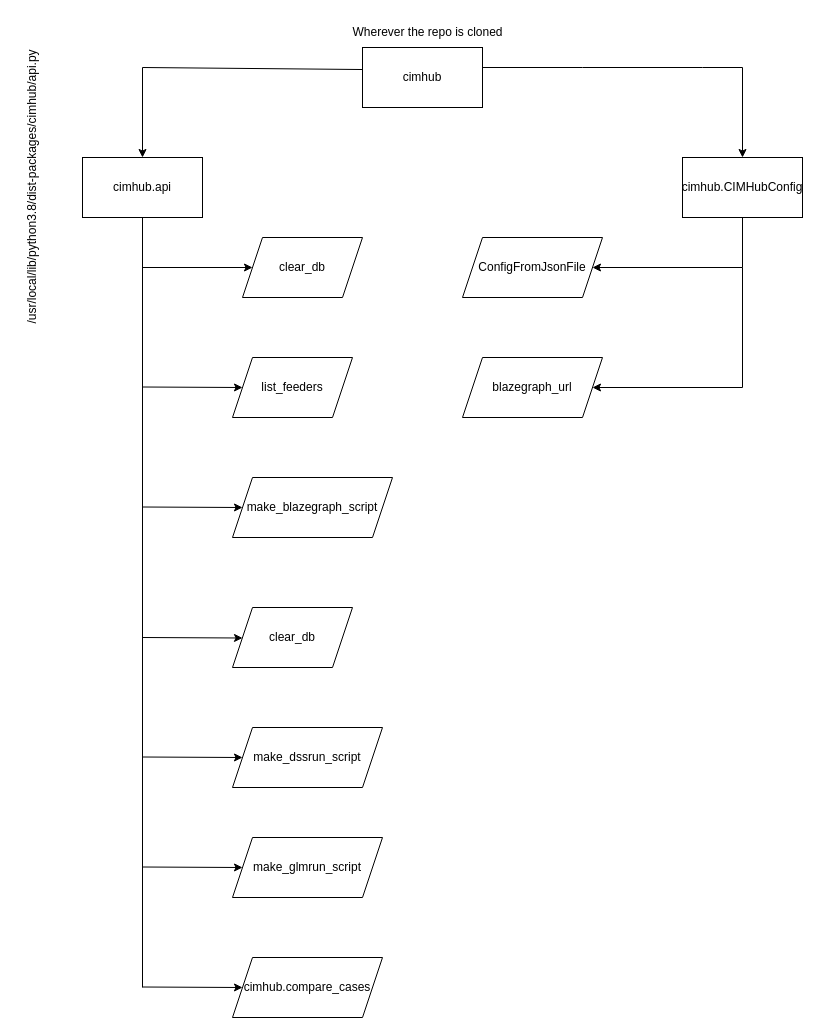
Before: cimhub_tree.drawio in MidrarAdham/draw_API, a draw.io diagram. Source tidied: cells renumbered, new cells numbered last; positions are measured from the earlier drawing's top-left corner, leaving out a move shared by most shapes. Both pictures are drawn from the tidied source at 100%, with x=0, y=0 at pixel (-118, 17).
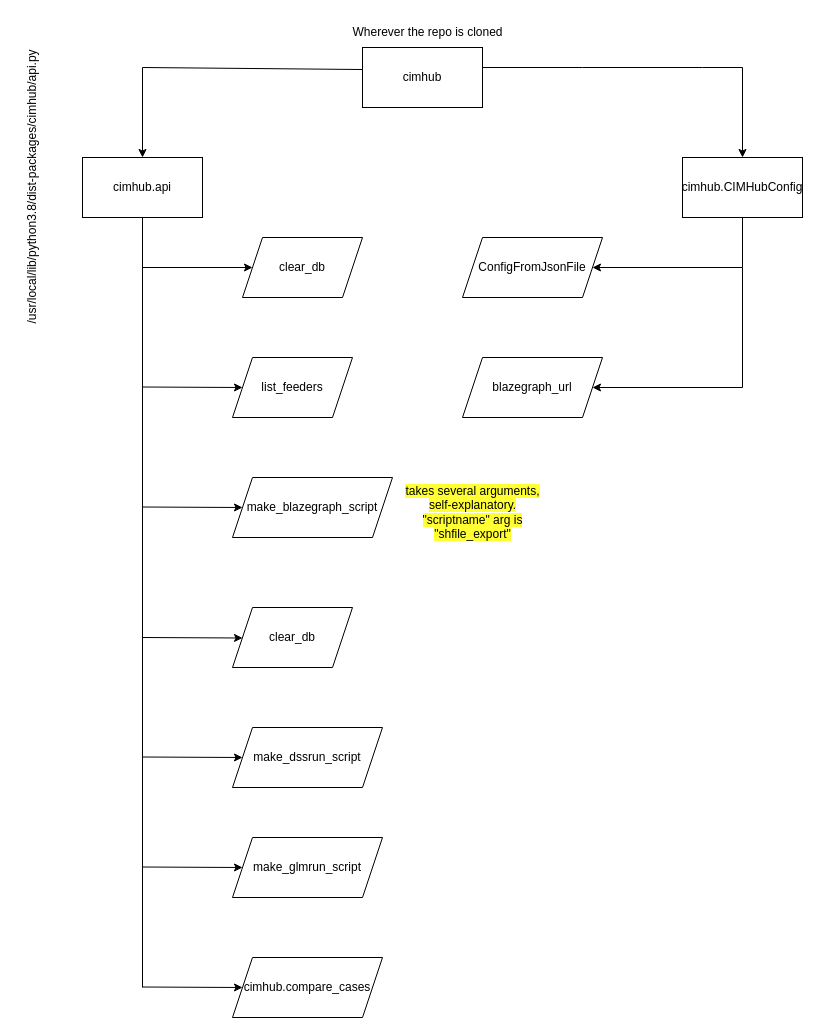
The same diagram, later.

Commit message:
updated cimhub tree

The edit, as a diff of the source:
```diff
@@
+    <mxCell id="28" value="&lt;span style=&quot;background-color: rgb(255, 255, 51);&quot;&gt;takes several arguments, &lt;br&gt;self-explanatory.&lt;br&gt; &quot;scriptname&quot; arg is&lt;br&gt; &quot;shfile_export&quot;&lt;/span&gt;" style="text;html=1;align=center;verticalAlign=middle;strokeColor=none;fillColor=none;" parent="1" vertex="1">
+      <mxGeometry x="510" y="460" width="160" height="70" as="geometry" />
+    </mxCell>
```
